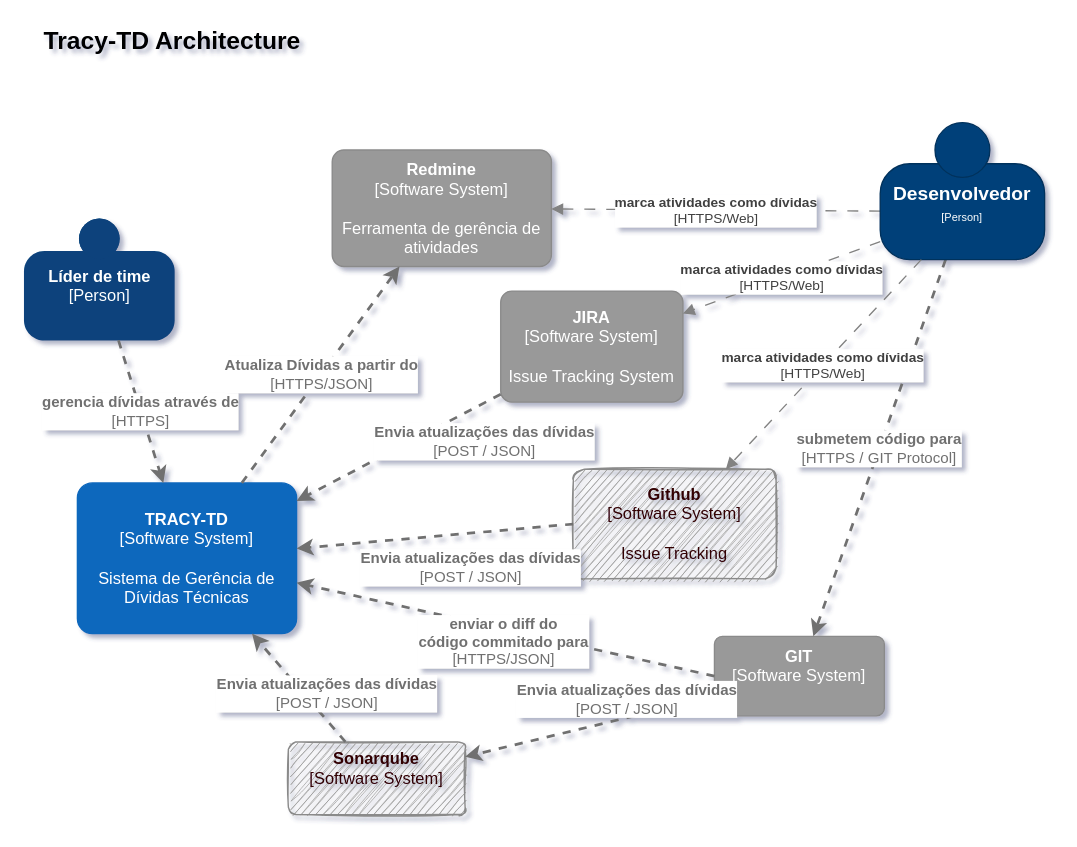
This is page "1 - Tracy-TD - System Level" (1 of 4) of docs/architecture/c4Model-Tracy-TD.drawio from tracy-td/tracy-td.github.io, a draw.io file, before an edit. Source tidied: cells renumbered, new cells numbered last; positions are measured from the earlier drawing's top-left corner, leaving out a move shared by most shapes. Both pictures are drawn from the tidied source at 137%, with x=0, y=0 at pixel (23, 23).
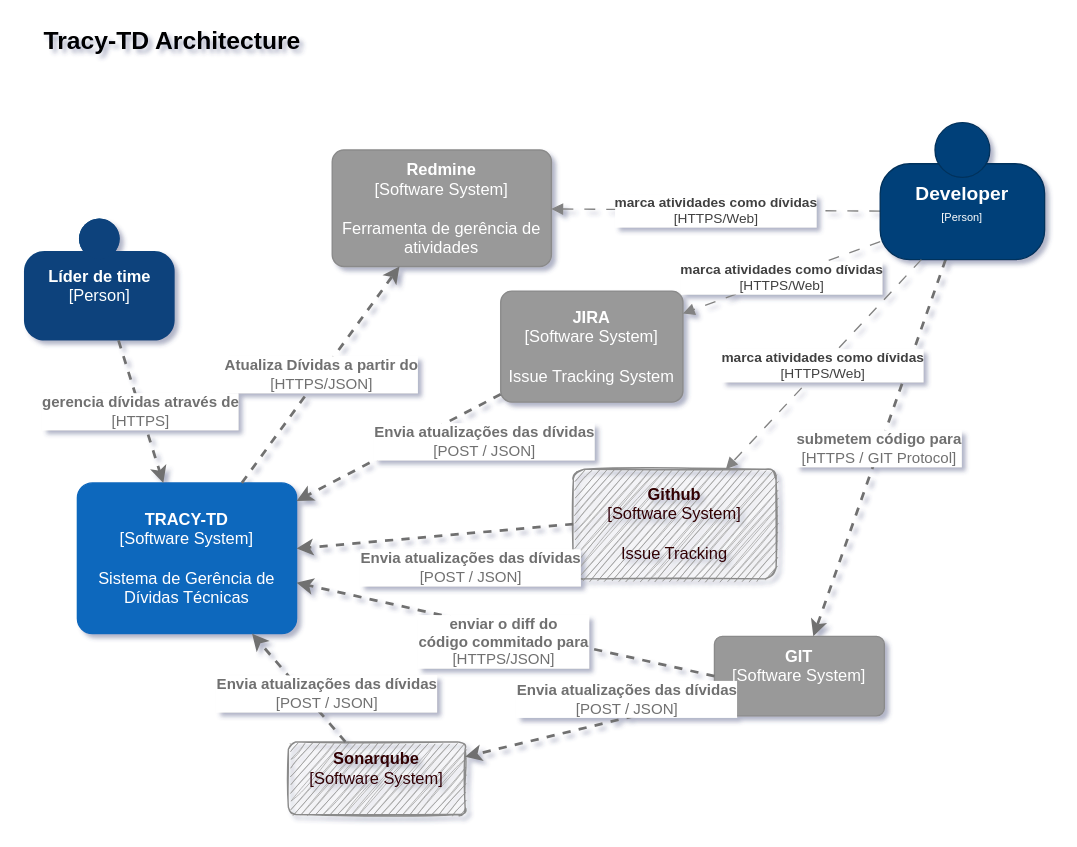
The same page after the edit.

The change refers to these unchanged cells:
```xml
<mxCell id="18" style="group;" parent="1" vertex="1">
  <mxGeometry x="625" y="72" width="120" height="100" as="geometry" />
</mxCell>
```

What changed in the source:
```diff
@@
-    <object id="19" label="&lt;div style=&quot;color: rgb(255 , 255 , 255) ; white-space: normal&quot;&gt;&lt;span style=&quot;font-size: 14px&quot;&gt;&lt;b&gt;%name%&lt;/b&gt;&lt;/span&gt;&lt;/div&gt;&lt;div style=&quot;color: rgb(255 , 255 , 255) ; white-space: normal&quot;&gt;&lt;font style=&quot;font-size: 8px&quot;&gt;[Person]&lt;/font&gt;&lt;/div&gt;&lt;div style=&quot;color: rgb(255 , 255 , 255) ; white-space: normal ; font-size: 8px&quot;&gt;&lt;span style=&quot;font-size: x-small&quot;&gt;&lt;br&gt;&lt;/span&gt;&lt;/div&gt;&lt;div style=&quot;color: rgb(255 , 255 , 255) ; white-space: normal&quot;&gt;&lt;font size=&quot;1&quot;&gt;%description%&lt;/font&gt;&lt;/div&gt;" description="" name="Desenvolvedor" placeholders="1">
+    <object id="19" label="&lt;div style=&quot;color: rgb(255 , 255 , 255) ; white-space: normal&quot;&gt;&lt;span style=&quot;font-size: 14px&quot;&gt;&lt;b&gt;%name%&lt;/b&gt;&lt;/span&gt;&lt;/div&gt;&lt;div style=&quot;color: rgb(255 , 255 , 255) ; white-space: normal&quot;&gt;&lt;font style=&quot;font-size: 8px&quot;&gt;[Person]&lt;/font&gt;&lt;/div&gt;&lt;div style=&quot;color: rgb(255 , 255 , 255) ; white-space: normal ; font-size: 8px&quot;&gt;&lt;span style=&quot;font-size: x-small&quot;&gt;&lt;br&gt;&lt;/span&gt;&lt;/div&gt;&lt;div style=&quot;color: rgb(255 , 255 , 255) ; white-space: normal&quot;&gt;&lt;font size=&quot;1&quot;&gt;%description%&lt;/font&gt;&lt;/div&gt;" description="" name="Developer" placeholders="1">
       <mxCell style="rounded=1;whiteSpace=wrap;html=1;strokeColor=#00315C;fillColor=#004179;fontColor=#000000;arcSize=31;" parent="18" vertex="1">
         <mxGeometry y="30" width="120" height="70" as="geometry" />
       </mxCell>
     </object>
```
